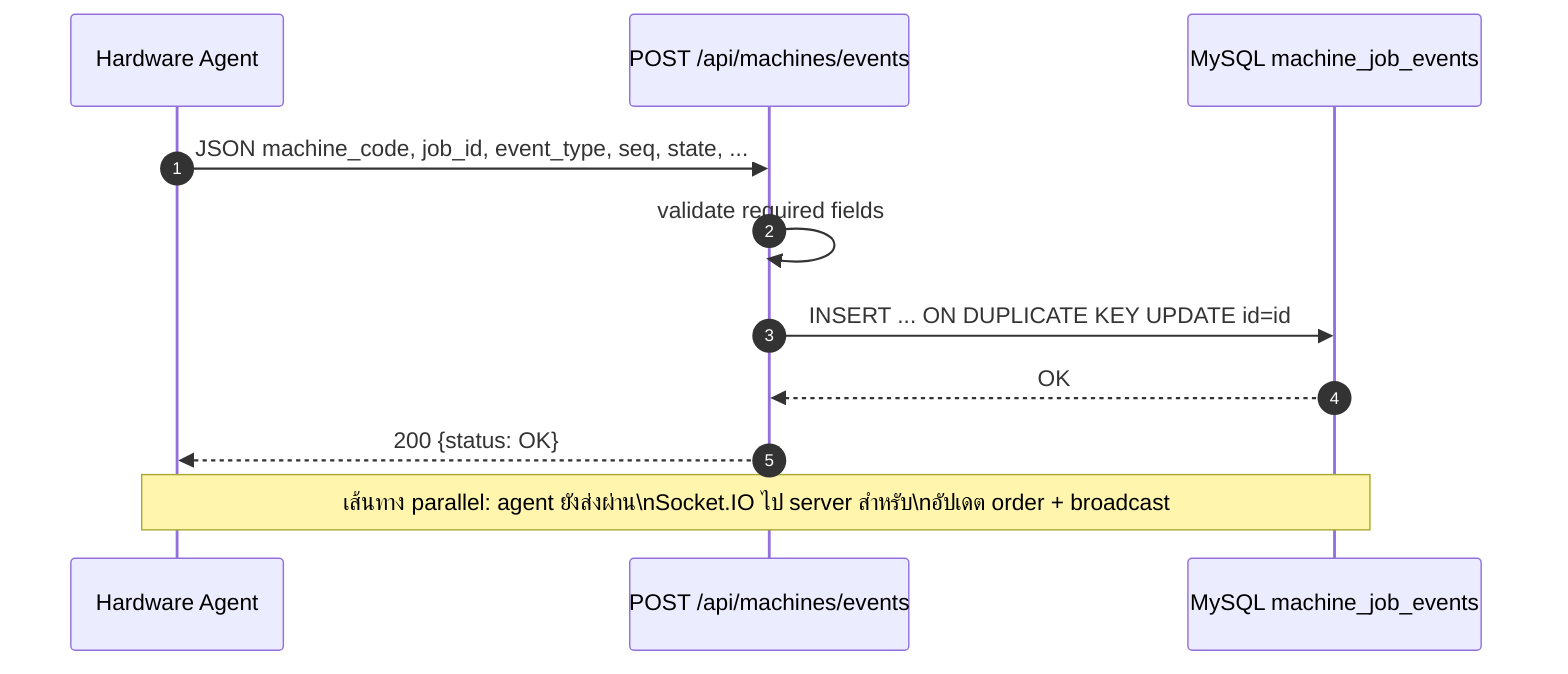
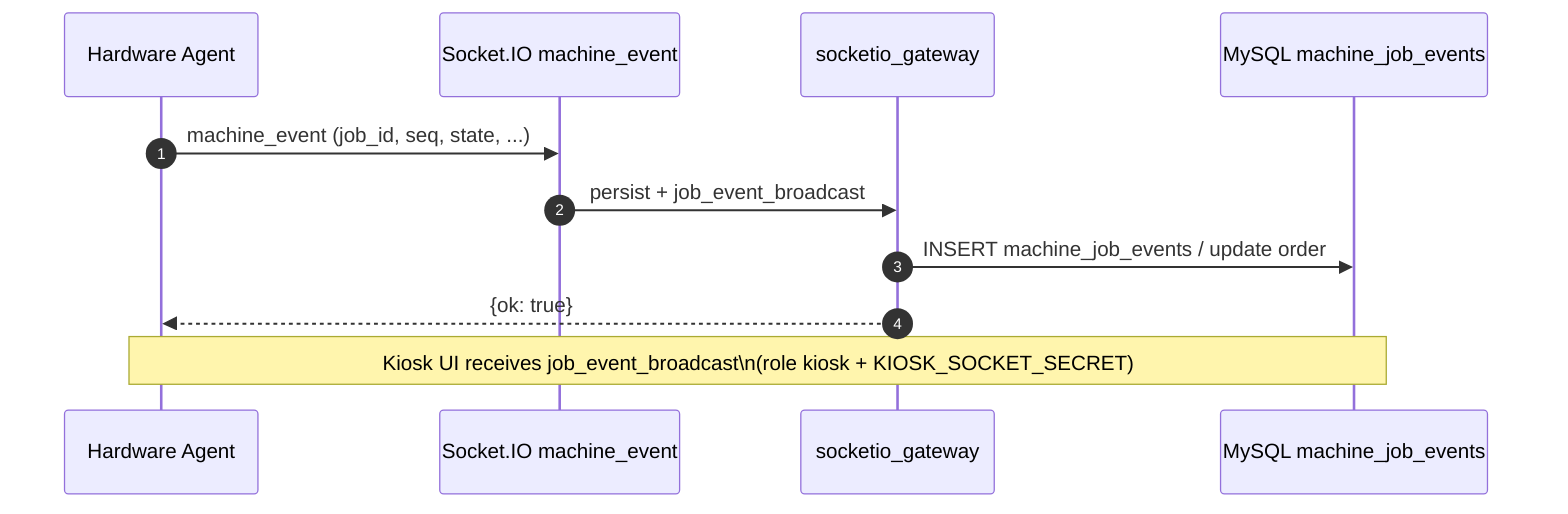
+ %% DEPRECATED — removed POST /api/machines/events
+ %% Agent reports via Socket.IO machine_event only (see sequence-12)
+ 
sequenceDiagram
    autonumber
    participant Agent as Hardware Agent
-     participant API as POST /api/machines/events
+     participant SIO as Socket.IO machine_event
+     participant GW as socketio_gateway
    participant DB as MySQL machine_job_events

-     Agent->>API: JSON machine_code, job_id, event_type, seq, state, ...
-     API->>API: validate required fields
-     API->>DB: INSERT ... ON DUPLICATE KEY UPDATE id=id
-     DB-->>API: OK
-     API-->>Agent: 200 {status: OK}
- 
-     Note over Agent,DB: เส้นทาง parallel: agent ยังส่งผ่าน\nSocket.IO ไป server สำหรับ\nอัปเดต order + broadcast
+     Agent->>SIO: machine_event (job_id, seq, state, ...)
+     SIO->>GW: persist + job_event_broadcast
+     GW->>DB: INSERT machine_job_events / update order
+     GW-->>Agent: {ok: true}
+     Note over Agent,DB: Kiosk UI receives job_event_broadcast\n(role kiosk + KIOSK_SOCKET_SECRET)
